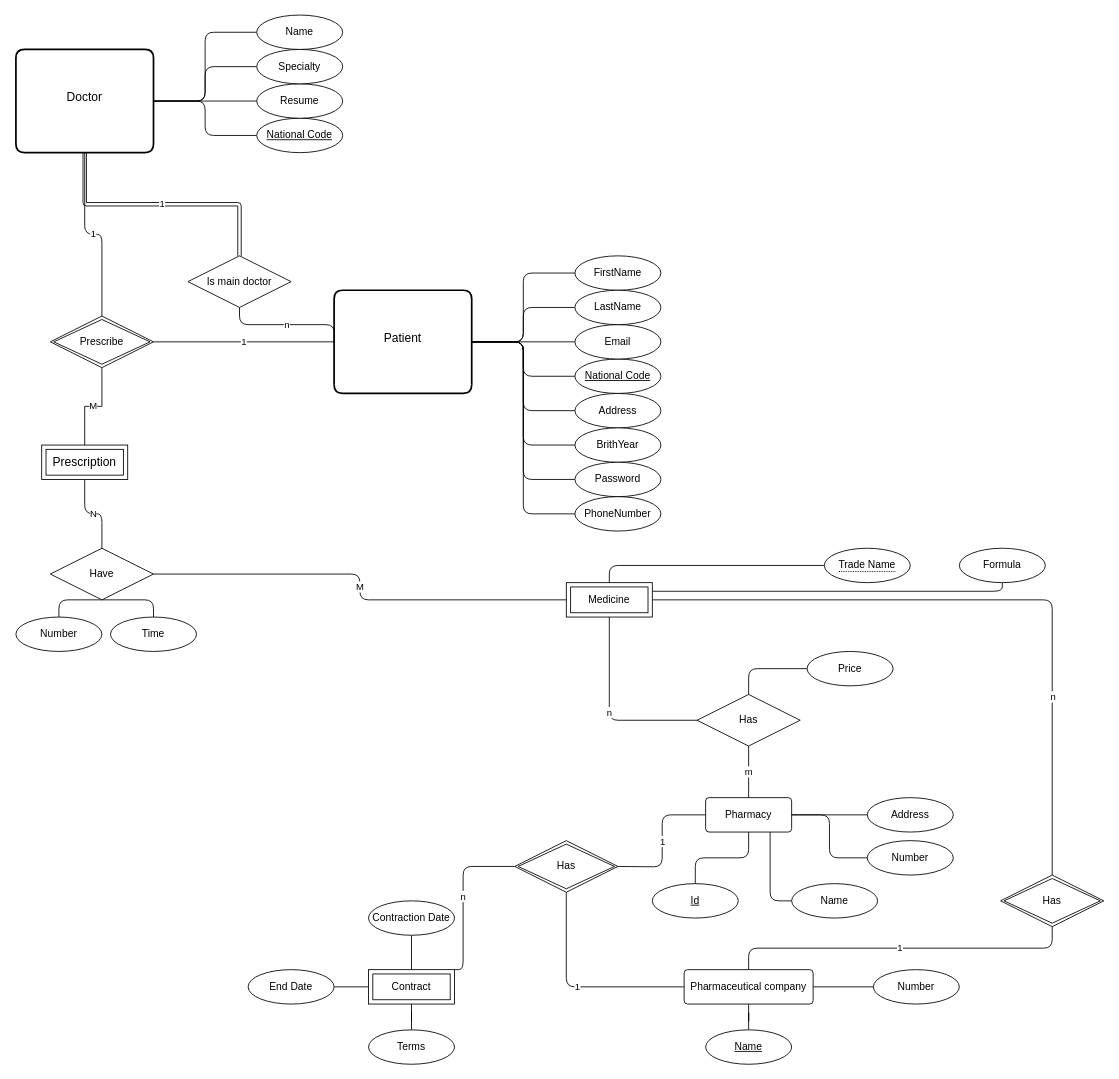
Earlier version of the draw.io diagram Untitled Diagram.drawio (yasharzb/Health-Management). Source tidied: cells renumbered, new cells numbered last; positions are measured from the earlier drawing's top-left corner, leaving out a move shared by most shapes. Both pictures are drawn from the tidied source at 86%, with x=0, y=0 at pixel (15, 15).
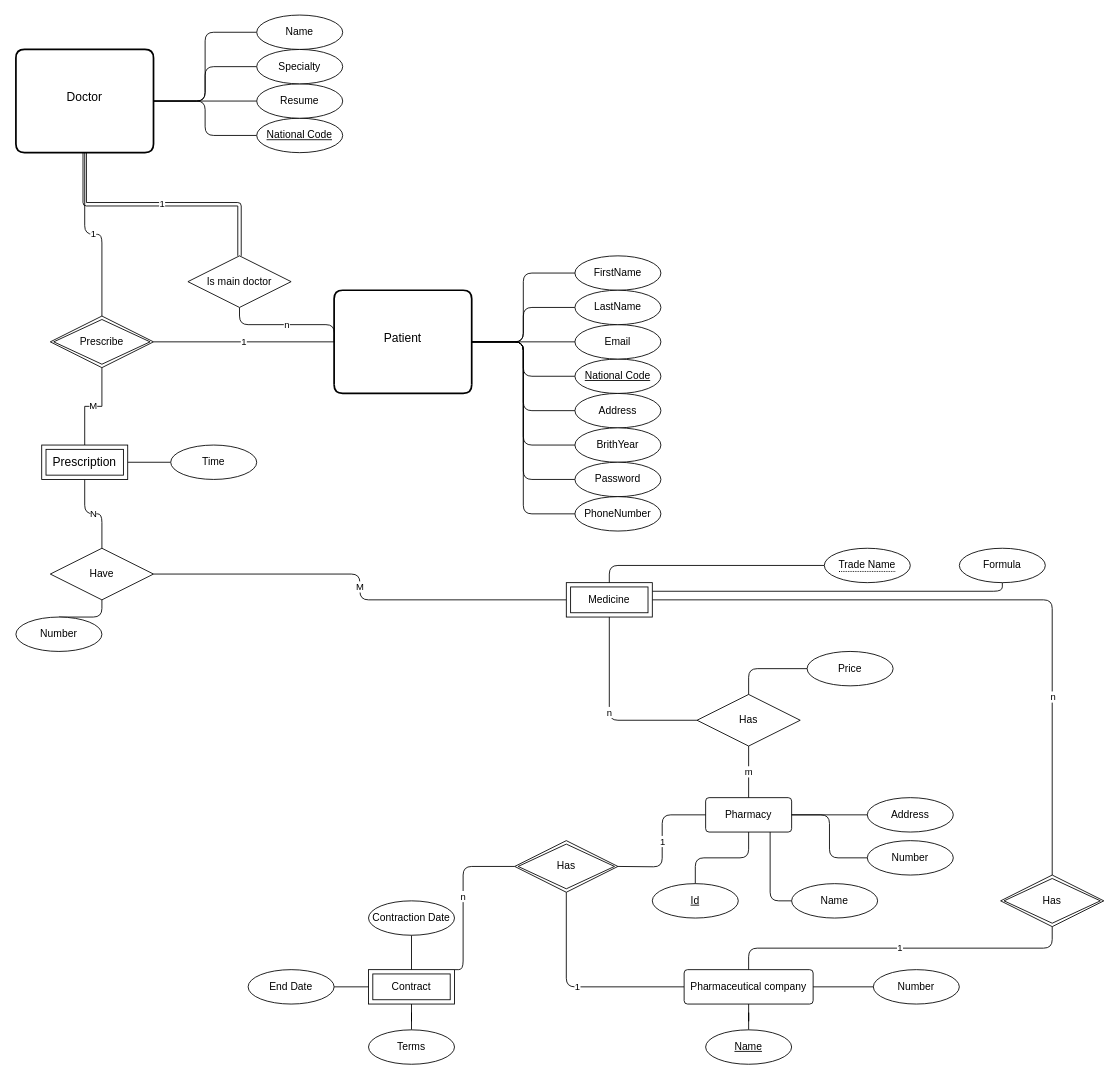
Above is the later version.

Commit message:
Add Time to Prescription

Unchanged cells that the change refers to:
```xml
<mxCell id="32" value="Have" style="shape=rhombus;perimeter=rhombusPerimeter;whiteSpace=wrap;html=1;align=center;" parent="1" vertex="1">
  <mxGeometry x="40" y="620" width="120" height="60" as="geometry" />
</mxCell>
<mxCell id="36" value="Number" style="ellipse;whiteSpace=wrap;html=1;align=center;rounded=1;shadow=0;glass=0;sketch=0;strokeColor=#000000;gradientColor=none;" parent="1" vertex="1">
  <mxGeometry y="700" width="100" height="40" as="geometry" />
</mxCell>
<mxCell id="66" value="&lt;span style=&quot;font-size: 14px&quot;&gt;Prescription&lt;/span&gt;" style="shape=ext;margin=3;double=1;whiteSpace=wrap;html=1;align=center;" parent="1" vertex="1">
  <mxGeometry x="30" y="500" width="100" height="40" as="geometry" />
</mxCell>
```

Diff of the diagram source:
```diff
@@
-    <mxCell id="29" value="Time" style="ellipse;whiteSpace=wrap;html=1;align=center;" parent="1" vertex="1">
-      <mxGeometry x="110" y="700" width="100" height="40" as="geometry" />
-    </mxCell>
-    <mxCell id="30" style="edgeStyle=orthogonalEdgeStyle;rounded=1;jettySize=auto;html=1;exitX=0.5;exitY=0;exitDx=0;exitDy=0;entryX=0.5;entryY=0;entryDx=0;entryDy=0;endArrow=none;endFill=0;" parent="1" edge="1" source="36" target="29">
-      <mxGeometry relative="1" as="geometry" />
-    </mxCell>
@@
+    <mxCell id="82" style="edgeStyle=orthogonalEdgeStyle;rounded=1;jettySize=auto;html=1;exitX=0.5;exitY=1;exitDx=0;exitDy=0;entryX=0.5;entryY=0;entryDx=0;entryDy=0;endArrow=none;endFill=0;" parent="1" edge="1" source="32" target="36">
+      <mxGeometry relative="1" as="geometry" />
+    </mxCell>
@@
+    <mxCell id="83" style="edgeStyle=orthogonalEdgeStyle;rounded=1;jettySize=auto;html=1;exitX=1;exitY=0.5;exitDx=0;exitDy=0;entryX=0;entryY=0.5;entryDx=0;entryDy=0;endArrow=none;endFill=0;" parent="1" edge="1" source="66" target="29">
+      <mxGeometry relative="1" as="geometry" />
+    </mxCell>
@@
+    <mxCell id="29" value="Time" style="ellipse;whiteSpace=wrap;html=1;align=center;" parent="1" vertex="1">
+      <mxGeometry x="180" y="500" width="100" height="40" as="geometry" />
+    </mxCell>
```
